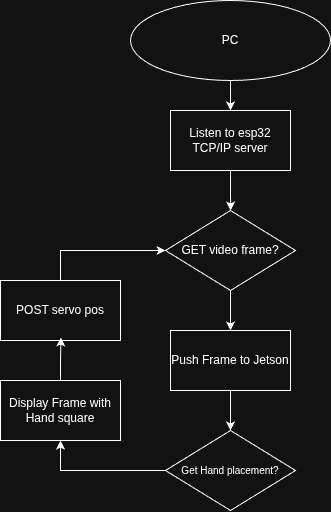
Above: images/pcflow.png in DomRicho/csse4011-argus-violet (draw.io), before the change. Source tidied: cells renumbered, new cells last; positions are measured from the earlier drawing's top-left corner, leaving out a move shared by most shapes.
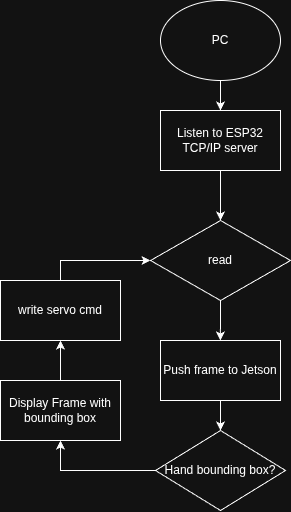
The same diagram one commit later.

Commit message:
update pc flow chart

Change to the diagram source:
```diff
@@ -2,49 +2,49 @@
   <root>
     <mxCell id="0" />
     <mxCell id="1" parent="0" />
-    <mxCell id="2" style="edgeStyle=orthogonalEdgeStyle;rounded=0;jettySize=auto;html=1;exitX=0.5;exitY=1;exitDx=0;exitDy=0;entryX=0.5;entryY=0;entryDx=0;entryDy=0;" parent="1" edge="1" source="3" target="5">
-      <mxGeometry relative="1" as="geometry" />
-    </mxCell>
+    <mxCell id="16" style="edgeStyle=orthogonalEdgeStyle;rounded=0;jettySize=auto;html=1;exitX=0.5;exitY=1;exitDx=0;exitDy=0;entryX=0.5;entryY=0;entryDx=0;entryDy=0;" parent="1" edge="1" source="3" target="18">
+      <mxGeometry relative="1" as="geometry" />
+    </mxCell>
     <mxCell id="3" value="PC" style="ellipse;whiteSpace=wrap;html=1;" parent="1" vertex="1">
-      <mxGeometry x="130" width="200" height="80" as="geometry" />
+      <mxGeometry x="130" width="120" height="80" as="geometry" />
     </mxCell>
-    <mxCell id="4" style="edgeStyle=orthogonalEdgeStyle;rounded=0;jettySize=auto;html=1;exitX=0.5;exitY=1;exitDx=0;exitDy=0;" parent="1" edge="1" source="5">
-      <mxGeometry relative="1" as="geometry">
-        <mxPoint x="230.1" y="210" as="targetPoint" />
-      </mxGeometry>
-    </mxCell>
-    <mxCell id="5" value="Listen to esp32 TCP/IP server" style="rounded=0;whiteSpace=wrap;html=1;" parent="1" vertex="1">
-      <mxGeometry x="170" y="110" width="120" height="60" as="geometry" />
-    </mxCell>
-    <mxCell id="6" style="edgeStyle=orthogonalEdgeStyle;rounded=0;jettySize=auto;html=1;exitX=0.5;exitY=1;exitDx=0;exitDy=0;entryX=0.5;entryY=0;entryDx=0;entryDy=0;" parent="1" edge="1" source="7" target="9">
-      <mxGeometry relative="1" as="geometry" />
-    </mxCell>
-    <mxCell id="7" value="GET video frame?" style="rhombus;whiteSpace=wrap;html=1;" parent="1" vertex="1">
-      <mxGeometry x="165" y="210" width="130" height="80" as="geometry" />
-    </mxCell>
-    <mxCell id="8" style="edgeStyle=orthogonalEdgeStyle;rounded=0;jettySize=auto;html=1;exitX=0.5;exitY=1;exitDx=0;exitDy=0;entryX=0.5;entryY=0;entryDx=0;entryDy=0;" parent="1" edge="1" source="9" target="11">
-      <mxGeometry relative="1" as="geometry" />
-    </mxCell>
-    <mxCell id="9" value="Push Frame to Jetson" style="rounded=0;whiteSpace=wrap;html=1;" parent="1" vertex="1">
-      <mxGeometry x="170" y="330" width="120" height="60" as="geometry" />
-    </mxCell>
-    <mxCell id="10" style="edgeStyle=orthogonalEdgeStyle;rounded=0;jettySize=auto;html=1;exitX=0;exitY=0.5;exitDx=0;exitDy=0;entryX=0.5;entryY=1;entryDx=0;entryDy=0;" parent="1" edge="1" source="11" target="12">
-      <mxGeometry relative="1" as="geometry" />
-    </mxCell>
-    <mxCell id="11" value="&lt;font style=&quot;font-size: 10px;&quot;&gt;Get Hand placement?&lt;/font&gt;" style="rhombus;whiteSpace=wrap;html=1;" parent="1" vertex="1">
-      <mxGeometry x="165" y="430" width="130" height="80" as="geometry" />
-    </mxCell>
-    <mxCell id="12" value="Display Frame with Hand square" style="rounded=0;whiteSpace=wrap;html=1;" parent="1" vertex="1">
-      <mxGeometry y="380" width="120" height="60" as="geometry" />
-    </mxCell>
-    <mxCell id="13" style="edgeStyle=orthogonalEdgeStyle;rounded=0;jettySize=auto;html=1;exitX=0.5;exitY=0;exitDx=0;exitDy=0;entryX=0;entryY=0.5;entryDx=0;entryDy=0;" parent="1" edge="1" source="14" target="7">
-      <mxGeometry relative="1" as="geometry" />
-    </mxCell>
-    <mxCell id="14" value="POST servo pos" style="rounded=0;whiteSpace=wrap;html=1;" parent="1" vertex="1">
-      <mxGeometry y="280" width="120" height="60" as="geometry" />
-    </mxCell>
-    <mxCell id="15" style="edgeStyle=orthogonalEdgeStyle;rounded=0;jettySize=auto;html=1;exitX=0.5;exitY=0;exitDx=0;exitDy=0;entryX=0.504;entryY=0.95;entryDx=0;entryDy=0;entryPerimeter=0;" parent="1" edge="1" source="12" target="14">
-      <mxGeometry relative="1" as="geometry" />
-    </mxCell>
+    <mxCell id="17" style="edgeStyle=orthogonalEdgeStyle;rounded=0;jettySize=auto;html=1;exitX=0.5;exitY=1;exitDx=0;exitDy=0;entryX=0.5;entryY=0;entryDx=0;entryDy=0;" parent="1" edge="1" source="18" target="20">
+      <mxGeometry relative="1" as="geometry" />
+    </mxCell>
+    <mxCell id="18" value="Listen to ESP32 TCP/IP server" style="rounded=0;whiteSpace=wrap;html=1;" parent="1" vertex="1">
+      <mxGeometry x="130" y="110" width="120" height="60" as="geometry" />
+    </mxCell>
+    <mxCell id="19" style="edgeStyle=orthogonalEdgeStyle;rounded=0;jettySize=auto;html=1;exitX=0.5;exitY=1;exitDx=0;exitDy=0;" parent="1" edge="1" source="20">
+      <mxGeometry relative="1" as="geometry">
+        <mxPoint x="189.9" y="340" as="targetPoint" />
+      </mxGeometry>
+    </mxCell>
+    <mxCell id="20" value="read" style="rhombus;whiteSpace=wrap;html=1;" parent="1" vertex="1">
+      <mxGeometry x="120" y="220" width="140" height="80" as="geometry" />
+    </mxCell>
+    <mxCell id="21" style="edgeStyle=orthogonalEdgeStyle;rounded=0;jettySize=auto;html=1;exitX=0.5;exitY=1;exitDx=0;exitDy=0;entryX=0.5;entryY=0;entryDx=0;entryDy=0;" parent="1" edge="1" source="22" target="24">
+      <mxGeometry relative="1" as="geometry" />
+    </mxCell>
+    <mxCell id="22" value="Push frame to Jetson" style="rounded=0;whiteSpace=wrap;html=1;" parent="1" vertex="1">
+      <mxGeometry x="130" y="340" width="120" height="60" as="geometry" />
+    </mxCell>
+    <mxCell id="23" style="edgeStyle=orthogonalEdgeStyle;rounded=0;jettySize=auto;html=1;exitX=0;exitY=0.5;exitDx=0;exitDy=0;entryX=0.5;entryY=1;entryDx=0;entryDy=0;" parent="1" edge="1" source="24" target="26">
+      <mxGeometry relative="1" as="geometry" />
+    </mxCell>
+    <mxCell id="24" value="Hand bounding box?" style="rhombus;whiteSpace=wrap;html=1;" parent="1" vertex="1">
+      <mxGeometry x="125" y="430" width="130" height="80" as="geometry" />
+    </mxCell>
+    <mxCell id="25" style="edgeStyle=orthogonalEdgeStyle;rounded=0;jettySize=auto;html=1;exitX=0.5;exitY=0;exitDx=0;exitDy=0;entryX=0.5;entryY=1;entryDx=0;entryDy=0;" parent="1" edge="1" source="26" target="28">
+      <mxGeometry relative="1" as="geometry" />
+    </mxCell>
+    <mxCell id="26" value="Display Frame with bounding box" style="rounded=0;whiteSpace=wrap;html=1;" parent="1" vertex="1">
+      <mxGeometry x="-30" y="380" width="120" height="60" as="geometry" />
+    </mxCell>
+    <mxCell id="27" style="edgeStyle=orthogonalEdgeStyle;rounded=0;jettySize=auto;html=1;exitX=0.5;exitY=0;exitDx=0;exitDy=0;entryX=0;entryY=0.5;entryDx=0;entryDy=0;" parent="1" edge="1" source="28" target="20">
+      <mxGeometry relative="1" as="geometry" />
+    </mxCell>
+    <mxCell id="28" value="write servo cmd" style="rounded=0;whiteSpace=wrap;html=1;" parent="1" vertex="1">
+      <mxGeometry x="-30" y="280" width="120" height="60" as="geometry" />
+    </mxCell>
   </root>
 </mxGraphModel>
```
